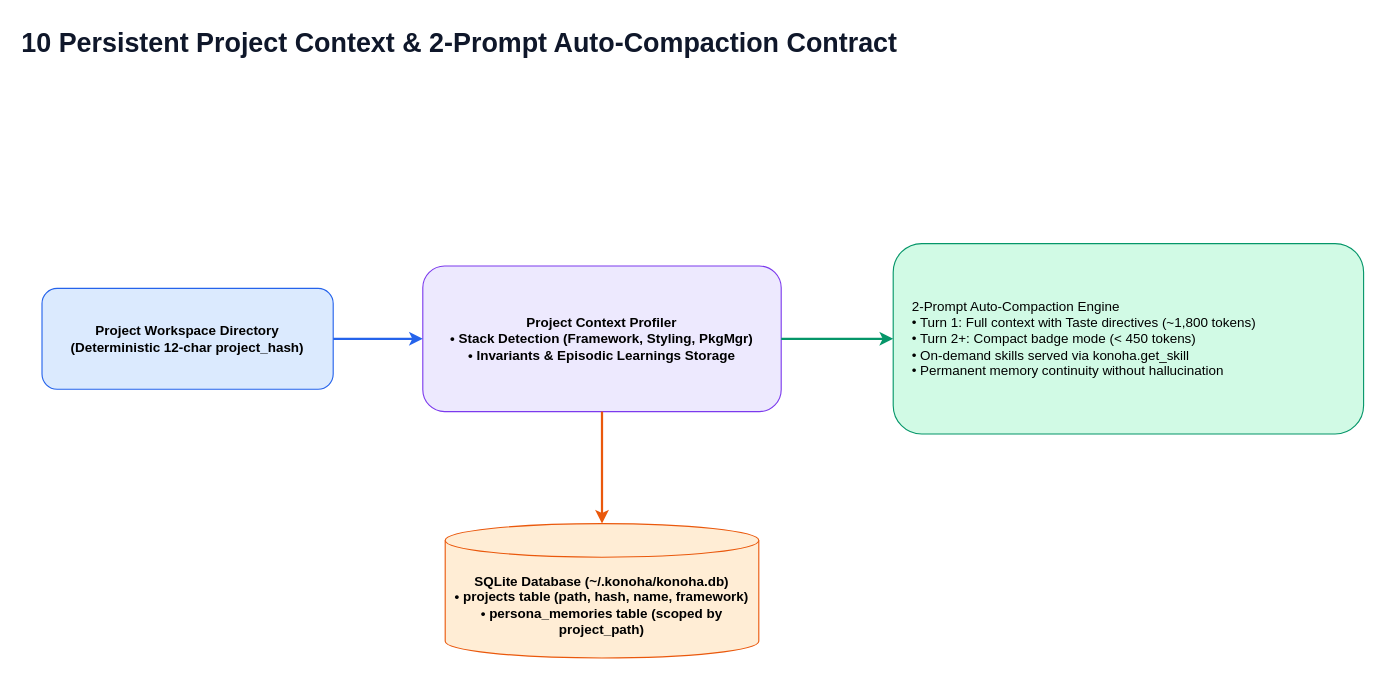
This is page "10 Persistent Project Context & Auto-Compaction" (10 of 15) of docs/diagrams/konoha-architecture.drawio from andycungkrinx91/konoha, a draw.io file, before an edit. Source tidied: cells renumbered, new cells numbered last; positions are measured from the earlier drawing's top-left corner, leaving out a move shared by most shapes. Both pictures are drawn from the tidied source at 112%, with x=0, y=0 at pixel (19, 19).
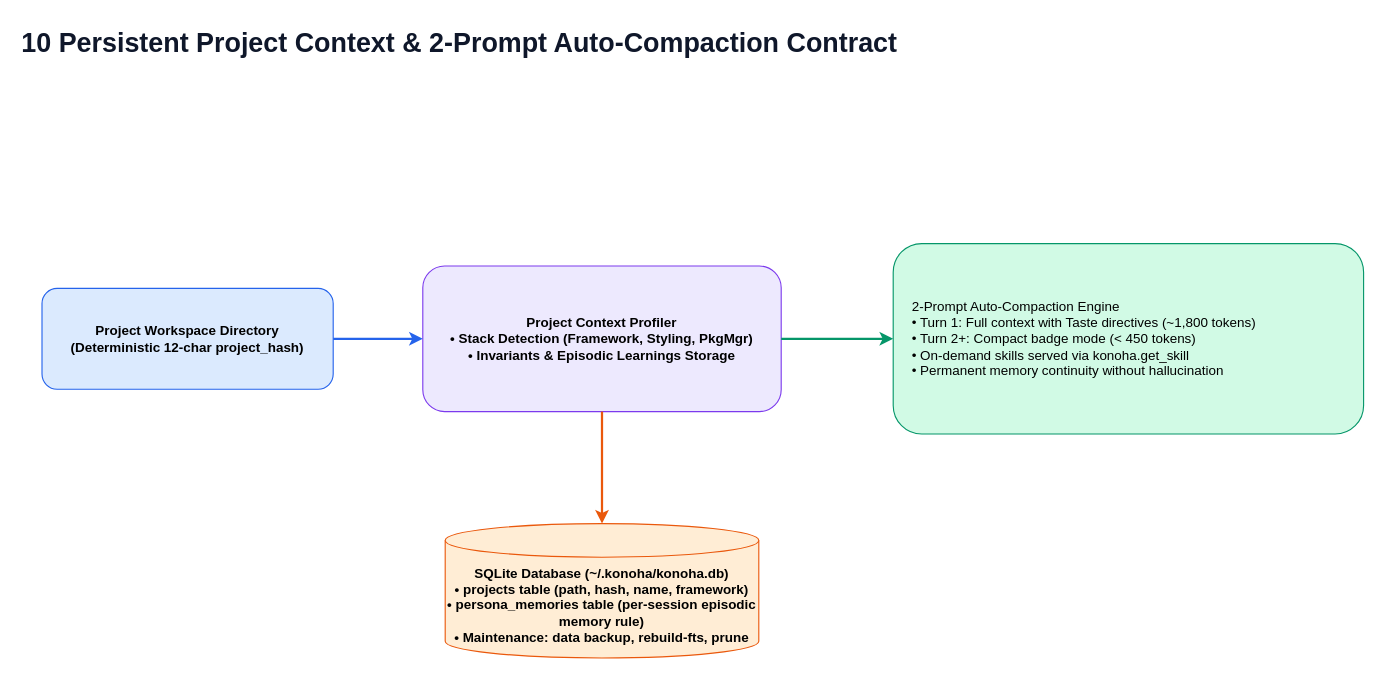
The same diagram, later.

Commit message (it also covers changes not shown here):
docs(diagrams): update architecture drawio with data commands, episodic memory rule, and sandboxed runner

The edit, as a diff of the source:
```diff
@@
 <mxGraphModel>
   <root>
     <mxCell id="0" />
     <mxCell id="1" parent="0" />
     <mxCell id="2" value="10 Persistent Project Context &amp; 2-Prompt Auto-Compaction Contract" style="text;html=1;strokeColor=none;fillColor=none;fontColor=#0f172a;fontSize=24;fontStyle=1;align=left;" parent="1" vertex="1">
       <mxGeometry width="1100" height="40" as="geometry" />
     </mxCell>
     <mxCell id="3" value="Project Workspace Directory&#10;(Deterministic 12-char project_hash)" style="rounded=1;html=1;whiteSpace=wrap;fillColor=#dbeafe;strokeColor=#2563eb;fontStyle=1;align=center;" parent="1" vertex="1">
       <mxGeometry x="20" y="240" width="260" height="90" as="geometry" />
     </mxCell>
     <mxCell id="4" value="Project Context Profiler&#10;• Stack Detection (Framework, Styling, PkgMgr)&#10;• Invariants &amp; Episodic Learnings Storage" style="rounded=1;html=1;whiteSpace=wrap;fillColor=#ede9fe;strokeColor=#7c3aed;fontStyle=1;align=center;" parent="1" vertex="1">
       <mxGeometry x="360" y="220" width="320" height="130" as="geometry" />
     </mxCell>
-    <mxCell id="5" value="SQLite Database (~/.konoha/konoha.db)&#10;• projects table (path, hash, name, framework)&#10;• persona_memories table (scoped by project_path)" style="shape=cylinder3;whiteSpace=wrap;html=1;boundedLbl=1;backgroundOutline=1;size=15;fillColor=#ffedd5;strokeColor=#ea580c;fontStyle=1;align=center;" parent="1" vertex="1">
+    <mxCell id="5" value="SQLite Database (~/.konoha/konoha.db)&#10;• projects table (path, hash, name, framework)&#10;• persona_memories table (per-session episodic memory rule)&#10;• Maintenance: data backup, rebuild-fts, prune" style="shape=cylinder3;whiteSpace=wrap;html=1;boundedLbl=1;backgroundOutline=1;size=15;fillColor=#ffedd5;strokeColor=#ea580c;fontStyle=1;align=center;" parent="1" vertex="1">
       <mxGeometry x="380" y="450" width="280" height="120" as="geometry" />
     </mxCell>
     <mxCell id="6" value="2-Prompt Auto-Compaction Engine&#10;• Turn 1: Full context with Taste directives (~1,800 tokens)&#10;• Turn 2+: Compact badge mode (&lt; 450 tokens)&#10;• On-demand skills served via konoha.get_skill&#10;• Permanent memory continuity without hallucination" style="rounded=1;html=1;whiteSpace=wrap;fillColor=#d1fae5;strokeColor=#059669;fontStyle=0;align=left;spacingLeft=15;" parent="1" vertex="1">
       <mxGeometry x="780" y="200" width="420" height="170" as="geometry" />
     </mxCell>
     <mxCell id="7" style="edgeStyle=orthogonalEdgeStyle;rounded=0;jettySize=auto;html=1;strokeColor=#2563eb;strokeWidth=2;" parent="1" edge="1" source="3" target="4">
       <mxGeometry relative="1" as="geometry" />
     </mxCell>
     <mxCell id="8" style="edgeStyle=orthogonalEdgeStyle;rounded=0;jettySize=auto;html=1;strokeColor=#ea580c;strokeWidth=2;" parent="1" edge="1" source="4" target="5">
       <mxGeometry relative="1" as="geometry" />
     </mxCell>
     <mxCell id="9" style="edgeStyle=orthogonalEdgeStyle;rounded=0;jettySize=auto;html=1;strokeColor=#059669;strokeWidth=2;" parent="1" edge="1" source="4" target="6">
       <mxGeometry relative="1" as="geometry" />
     </mxCell>
   </root>
 </mxGraphModel>
```
